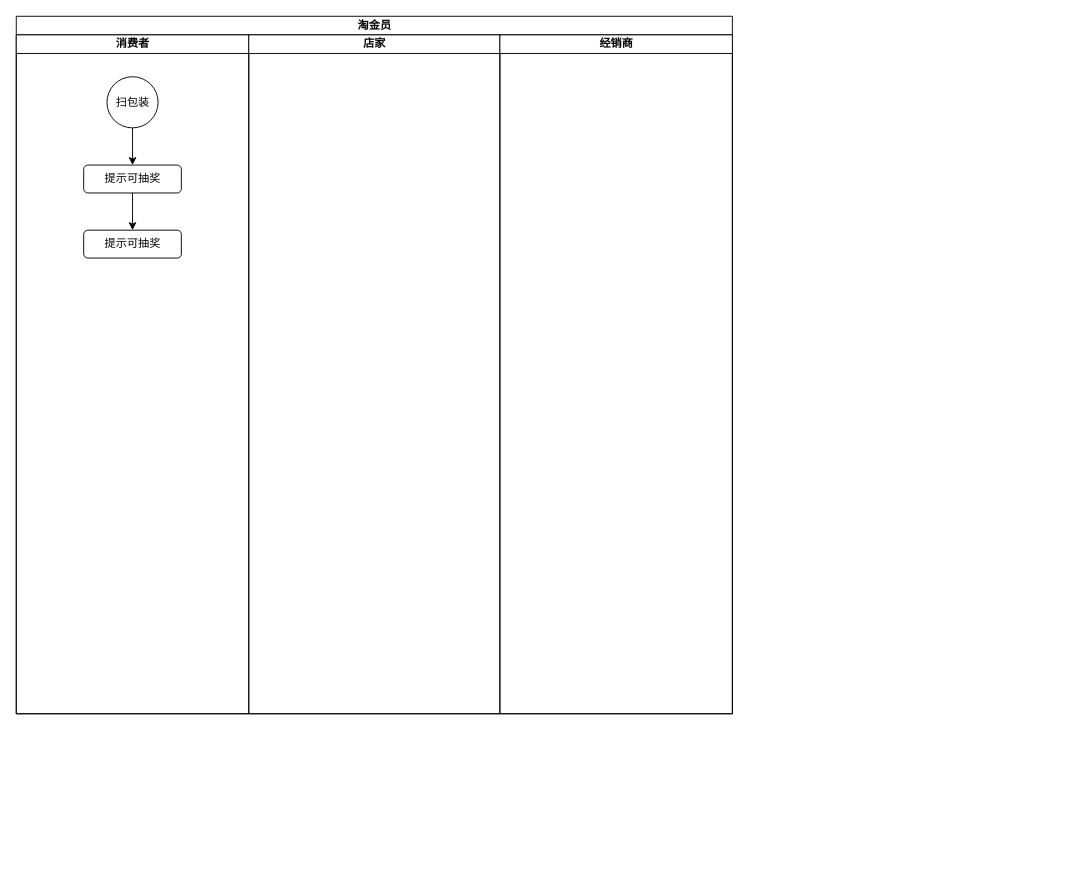
Earlier version of the draw.io diagram 淘金员身份控制.drawio (LeoNooob/myblueprint). Source tidied: cells renumbered, new cells numbered last; positions are measured from the earlier drawing's top-left corner, leaving out a move shared by most shapes. Both pictures are drawn from the tidied source at 93%, with x=0, y=0 at pixel (16, 16).
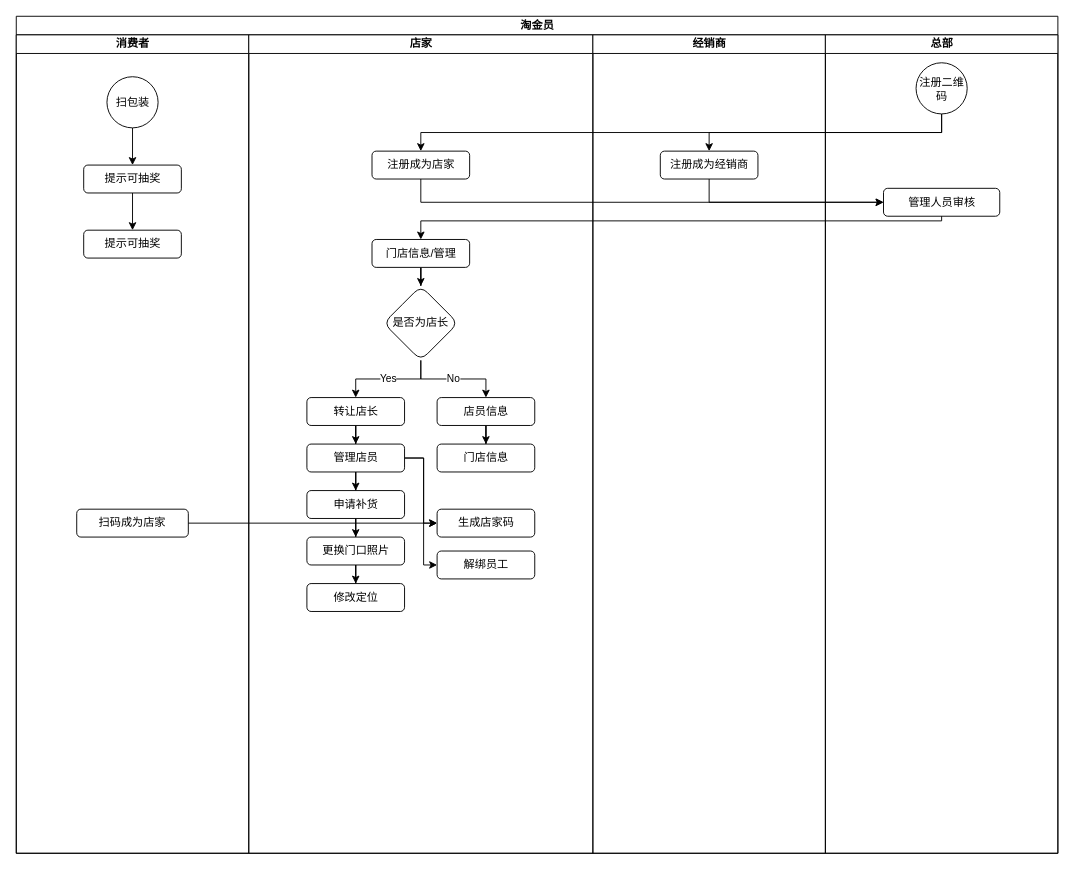
Above is the later version.

Commit message:
更新淘金员身份控制.drawio

Diff of the diagram source:
```diff
@@
     <mxCell id="2" value="淘金员" style="swimlane;startSize=20;html=1;" parent="1" vertex="1">
-      <mxGeometry width="770" height="750" as="geometry" />
+      <mxGeometry width="1120" height="900" as="geometry" />
     </mxCell>
     <mxCell id="3" value="消费者" style="swimlane;startSize=20;html=1;" parent="2" vertex="1">
-      <mxGeometry y="20" width="250" height="730" as="geometry" />
+      <mxGeometry y="20" width="250" height="880" as="geometry" />
     </mxCell>
@@
+    <mxCell id="11" value="扫码成为店家" style="rounded=1;whiteSpace=wrap;html=1;" parent="3" vertex="1">
+      <mxGeometry x="65" y="510" width="120" height="30" as="geometry" />
+    </mxCell>
     <mxCell id="9" value="店家" style="swimlane;startSize=20;html=1;" parent="2" vertex="1">
-      <mxGeometry x="250" y="20" width="270" height="730" as="geometry" />
+      <mxGeometry x="250" y="20" width="370" height="880" as="geometry" />
     </mxCell>
+    <mxCell id="12" value="注册成为店家" style="rounded=1;whiteSpace=wrap;html=1;" parent="9" vertex="1">
+      <mxGeometry x="132.5" y="125" width="105" height="30" as="geometry" />
+    </mxCell>
+    <mxCell id="13" style="edgeStyle=orthogonalEdgeStyle;rounded=0;jettySize=auto;html=1;" parent="9" edge="1" source="14" target="17">
+      <mxGeometry relative="1" as="geometry" />
+    </mxCell>
+    <mxCell id="14" value="门店信息/管理" style="rounded=1;whiteSpace=wrap;html=1;" parent="9" vertex="1">
+      <mxGeometry x="132.5" y="220" width="105" height="30" as="geometry" />
+    </mxCell>
+    <mxCell id="15" value="Yes" style="edgeStyle=orthogonalEdgeStyle;rounded=0;jettySize=auto;html=1;exitX=0.5;exitY=1;exitDx=0;exitDy=0;" parent="9" edge="1" source="17" target="19">
+      <mxGeometry relative="1" as="geometry" />
+    </mxCell>
+    <mxCell id="16" value="No" style="edgeStyle=orthogonalEdgeStyle;rounded=0;jettySize=auto;html=1;exitX=0.5;exitY=1;exitDx=0;exitDy=0;entryX=0.5;entryY=0;entryDx=0;entryDy=0;" parent="9" edge="1" source="17" target="30">
+      <mxGeometry relative="1" as="geometry" />
+    </mxCell>
+    <mxCell id="17" value="是否为店长" style="rhombus;whiteSpace=wrap;html=1;rounded=1;" parent="9" vertex="1">
+      <mxGeometry x="145" y="270" width="80" height="80" as="geometry" />
+    </mxCell>
+    <mxCell id="18" style="edgeStyle=orthogonalEdgeStyle;rounded=0;jettySize=auto;html=1;" parent="9" edge="1" source="19" target="23">
+      <mxGeometry relative="1" as="geometry" />
+    </mxCell>
+    <mxCell id="19" value="转让店长" style="whiteSpace=wrap;html=1;rounded=1;" parent="9" vertex="1">
+      <mxGeometry x="62.5" y="390" width="105" height="30" as="geometry" />
+    </mxCell>
+    <mxCell id="20" style="edgeStyle=orthogonalEdgeStyle;rounded=0;jettySize=auto;html=1;" parent="9" edge="1" source="23" target="25">
+      <mxGeometry relative="1" as="geometry" />
+    </mxCell>
+    <mxCell id="21" style="edgeStyle=orthogonalEdgeStyle;rounded=0;jettySize=auto;html=1;exitX=1;exitY=0.5;exitDx=0;exitDy=0;entryX=0;entryY=0.5;entryDx=0;entryDy=0;" parent="9" edge="1" source="23" target="32">
+      <mxGeometry relative="1" as="geometry">
+        <Array as="points">
+          <mxPoint x="188" y="455" />
+          <mxPoint x="188" y="525" />
+        </Array>
+      </mxGeometry>
+    </mxCell>
+    <mxCell id="22" style="edgeStyle=orthogonalEdgeStyle;rounded=0;jettySize=auto;html=1;exitX=1;exitY=0.5;exitDx=0;exitDy=0;entryX=0;entryY=0.5;entryDx=0;entryDy=0;" parent="9" edge="1" source="23" target="33">
+      <mxGeometry relative="1" as="geometry">
+        <Array as="points">
+          <mxPoint x="188" y="455" />
+          <mxPoint x="188" y="570" />
+        </Array>
+      </mxGeometry>
+    </mxCell>
+    <mxCell id="23" value="管理店员" style="whiteSpace=wrap;html=1;rounded=1;" parent="9" vertex="1">
+      <mxGeometry x="62.5" y="440" width="105" height="30" as="geometry" />
+    </mxCell>
+    <mxCell id="24" style="edgeStyle=orthogonalEdgeStyle;rounded=0;jettySize=auto;html=1;" parent="9" edge="1" source="25" target="27">
+      <mxGeometry relative="1" as="geometry" />
+    </mxCell>
+    <mxCell id="25" value="申请补货" style="whiteSpace=wrap;html=1;rounded=1;" parent="9" vertex="1">
+      <mxGeometry x="62.5" y="490" width="105" height="30" as="geometry" />
+    </mxCell>
+    <mxCell id="26" style="edgeStyle=orthogonalEdgeStyle;rounded=0;jettySize=auto;html=1;" parent="9" edge="1" source="27" target="28">
+      <mxGeometry relative="1" as="geometry" />
+    </mxCell>
+    <mxCell id="27" value="更换门口照片" style="whiteSpace=wrap;html=1;rounded=1;" parent="9" vertex="1">
+      <mxGeometry x="62.5" y="540" width="105" height="30" as="geometry" />
+    </mxCell>
+    <mxCell id="28" value="修改定位" style="whiteSpace=wrap;html=1;rounded=1;" parent="9" vertex="1">
+      <mxGeometry x="62.5" y="590" width="105" height="30" as="geometry" />
+    </mxCell>
+    <mxCell id="29" style="edgeStyle=orthogonalEdgeStyle;rounded=0;jettySize=auto;html=1;" parent="9" edge="1" source="30" target="31">
+      <mxGeometry relative="1" as="geometry" />
+    </mxCell>
+    <mxCell id="30" value="店员信息" style="whiteSpace=wrap;html=1;rounded=1;" parent="9" vertex="1">
+      <mxGeometry x="202.5" y="390" width="105" height="30" as="geometry" />
+    </mxCell>
+    <mxCell id="31" value="门店信息" style="whiteSpace=wrap;html=1;rounded=1;" parent="9" vertex="1">
+      <mxGeometry x="202.5" y="440" width="105" height="30" as="geometry" />
+    </mxCell>
+    <mxCell id="32" value="生成店家码" style="whiteSpace=wrap;html=1;rounded=1;" parent="9" vertex="1">
+      <mxGeometry x="202.5" y="510" width="105" height="30" as="geometry" />
+    </mxCell>
+    <mxCell id="33" value="解绑员工" style="whiteSpace=wrap;html=1;rounded=1;" parent="9" vertex="1">
+      <mxGeometry x="202.5" y="555" width="105" height="30" as="geometry" />
+    </mxCell>
     <mxCell id="10" value="经销商" style="swimlane;startSize=20;html=1;" parent="2" vertex="1">
-      <mxGeometry x="520" y="20" width="250" height="730" as="geometry" />
+      <mxGeometry x="620" y="20" width="250" height="880" as="geometry" />
     </mxCell>
+    <mxCell id="34" value="注册成为经销商" style="rounded=1;whiteSpace=wrap;html=1;" parent="10" vertex="1">
+      <mxGeometry x="72.5" y="125" width="105" height="30" as="geometry" />
+    </mxCell>
+    <mxCell id="35" style="edgeStyle=orthogonalEdgeStyle;rounded=0;jettySize=auto;html=1;exitX=0.5;exitY=1;exitDx=0;exitDy=0;entryX=0.5;entryY=0;entryDx=0;entryDy=0;" parent="2" edge="1" source="40" target="12">
+      <mxGeometry relative="1" as="geometry" />
+    </mxCell>
+    <mxCell id="36" style="edgeStyle=orthogonalEdgeStyle;rounded=0;jettySize=auto;html=1;exitX=0.5;exitY=1;exitDx=0;exitDy=0;entryX=0.5;entryY=0;entryDx=0;entryDy=0;" parent="2" edge="1" source="40" target="34">
+      <mxGeometry relative="1" as="geometry" />
+    </mxCell>
+    <mxCell id="37" style="edgeStyle=orthogonalEdgeStyle;rounded=0;jettySize=auto;html=1;exitX=0.5;exitY=1;exitDx=0;exitDy=0;entryX=0;entryY=0.5;entryDx=0;entryDy=0;" parent="2" edge="1" source="34" target="41">
+      <mxGeometry relative="1" as="geometry" />
+    </mxCell>
+    <mxCell id="38" style="edgeStyle=orthogonalEdgeStyle;rounded=0;jettySize=auto;html=1;exitX=0.5;exitY=1;exitDx=0;exitDy=0;entryX=0;entryY=0.5;entryDx=0;entryDy=0;" parent="2" edge="1" source="12" target="41">
+      <mxGeometry relative="1" as="geometry" />
+    </mxCell>
+    <mxCell id="39" value="总部" style="swimlane;startSize=20;html=1;" parent="2" vertex="1">
+      <mxGeometry x="870" y="20" width="250" height="880" as="geometry" />
+    </mxCell>
+    <mxCell id="40" value="注册二维码" style="ellipse;whiteSpace=wrap;html=1;" parent="39" vertex="1">
+      <mxGeometry x="97.5" y="30" width="55" height="55" as="geometry" />
+    </mxCell>
+    <mxCell id="41" value="管理人员审核" style="rounded=1;whiteSpace=wrap;html=1;" parent="39" vertex="1">
+      <mxGeometry x="62.5" y="165" width="125" height="30" as="geometry" />
+    </mxCell>
+    <mxCell id="42" style="edgeStyle=orthogonalEdgeStyle;rounded=0;jettySize=auto;html=1;exitX=0.5;exitY=1;exitDx=0;exitDy=0;entryX=0.5;entryY=0;entryDx=0;entryDy=0;" parent="2" edge="1" source="41" target="14">
+      <mxGeometry relative="1" as="geometry">
+        <Array as="points">
+          <mxPoint x="995" y="220" />
+          <mxPoint x="435" y="220" />
+        </Array>
+      </mxGeometry>
+    </mxCell>
+    <mxCell id="43" style="edgeStyle=orthogonalEdgeStyle;rounded=0;jettySize=auto;html=1;exitX=1;exitY=0.5;exitDx=0;exitDy=0;entryX=0;entryY=0.5;entryDx=0;entryDy=0;" parent="2" edge="1" source="11" target="32">
+      <mxGeometry relative="1" as="geometry" />
+    </mxCell>
```
